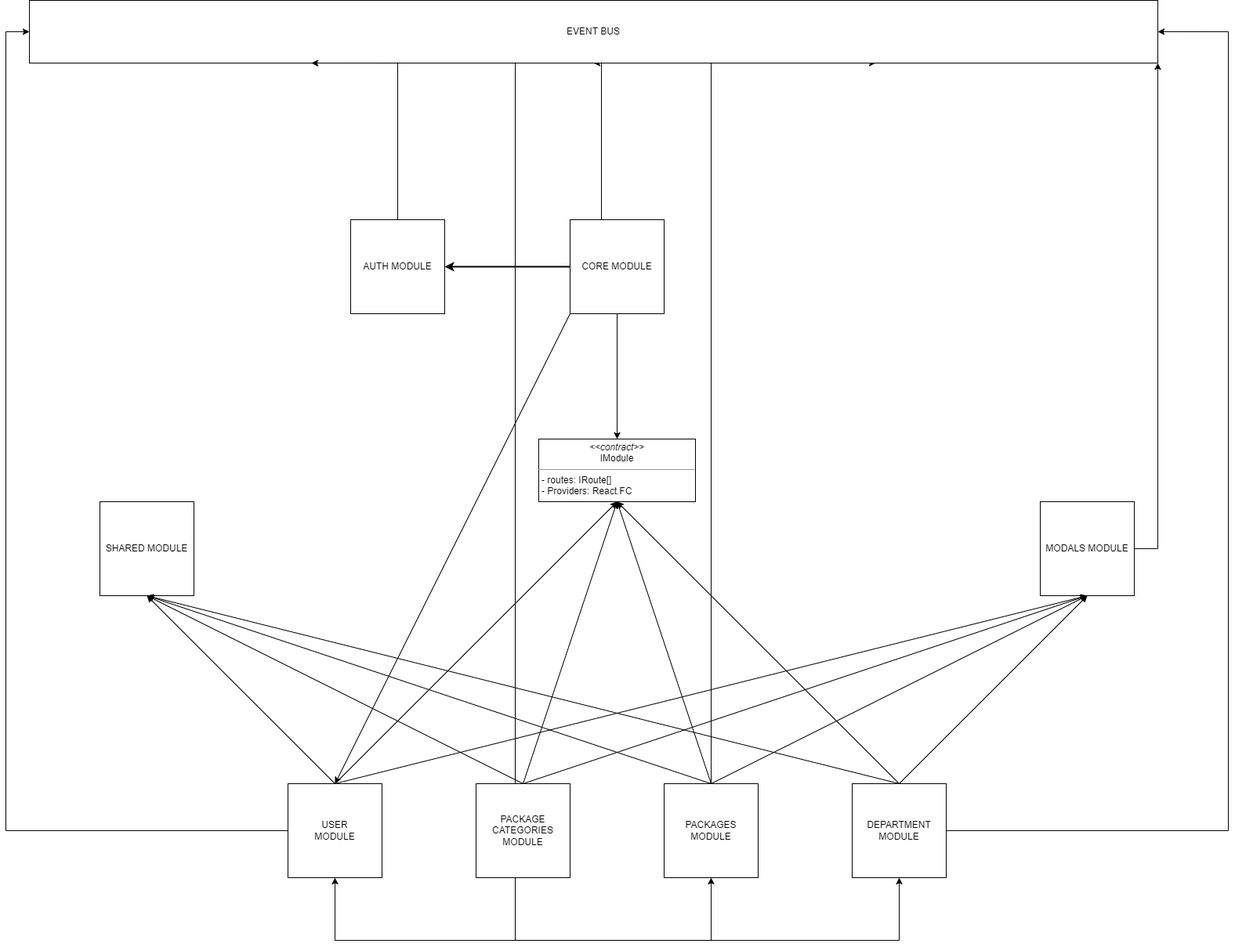
Above: docs/module-dependencies.drawio.png in alexey-andriyanenko/HyperPostClient (draw.io), before the change. Source tidied: cells renumbered, new cells last; positions are measured from the earlier drawing's top-left corner, leaving out a move shared by most shapes. Its diagram source:
```xml
<mxGraphModel>
  <root>
    <mxCell id="0" />
    <mxCell id="1" parent="0" />
    <mxCell id="2" style="edgeStyle=orthogonalEdgeStyle;rounded=0;jettySize=auto;html=1;entryX=0;entryY=0.5;entryDx=0;entryDy=0;" parent="1" edge="1" source="3" target="16">
      <mxGeometry relative="1" as="geometry">
        <Array as="points">
          <mxPoint y="1060" />
          <mxPoint y="40" />
        </Array>
      </mxGeometry>
    </mxCell>
    <mxCell id="3" value="USER&lt;br&gt;MODULE" style="whiteSpace=wrap;html=1;rounded=0;" parent="1" vertex="1">
      <mxGeometry x="360" y="1000" width="120" height="120" as="geometry" />
    </mxCell>
    <mxCell id="4" style="edgeStyle=orthogonalEdgeStyle;rounded=0;jettySize=auto;html=1;entryX=0.5;entryY=1;entryDx=0;entryDy=0;" parent="1" edge="1" source="8" target="3">
      <mxGeometry relative="1" as="geometry">
        <Array as="points">
          <mxPoint x="650" y="1200" />
          <mxPoint x="420" y="1200" />
        </Array>
      </mxGeometry>
    </mxCell>
    <mxCell id="5" style="edgeStyle=orthogonalEdgeStyle;rounded=0;jettySize=auto;html=1;entryX=0.5;entryY=1;entryDx=0;entryDy=0;" parent="1" edge="1" source="8" target="10">
      <mxGeometry relative="1" as="geometry">
        <Array as="points">
          <mxPoint x="650" y="1200" />
          <mxPoint x="900" y="1200" />
        </Array>
      </mxGeometry>
    </mxCell>
    <mxCell id="6" style="edgeStyle=orthogonalEdgeStyle;rounded=0;jettySize=auto;html=1;entryX=0.5;entryY=1;entryDx=0;entryDy=0;" parent="1" edge="1" source="8" target="12">
      <mxGeometry relative="1" as="geometry">
        <Array as="points">
          <mxPoint x="650" y="1200" />
          <mxPoint x="1140" y="1200" />
        </Array>
      </mxGeometry>
    </mxCell>
    <mxCell id="7" style="edgeStyle=orthogonalEdgeStyle;rounded=0;jettySize=auto;html=1;entryX=0.25;entryY=1;entryDx=0;entryDy=0;" parent="1" edge="1" source="8" target="16">
      <mxGeometry relative="1" as="geometry">
        <Array as="points">
          <mxPoint x="650" y="80" />
        </Array>
      </mxGeometry>
    </mxCell>
    <mxCell id="8" value="PACKAGE CATEGORIES MODULE" style="whiteSpace=wrap;html=1;rounded=0;" parent="1" vertex="1">
      <mxGeometry x="600" y="1000" width="120" height="120" as="geometry" />
    </mxCell>
    <mxCell id="9" style="edgeStyle=orthogonalEdgeStyle;rounded=0;jettySize=auto;html=1;entryX=0.75;entryY=1;entryDx=0;entryDy=0;" parent="1" edge="1" source="10" target="16">
      <mxGeometry relative="1" as="geometry">
        <Array as="points">
          <mxPoint x="900" y="80" />
        </Array>
      </mxGeometry>
    </mxCell>
    <mxCell id="10" value="PACKAGES MODULE" style="whiteSpace=wrap;html=1;rounded=0;" parent="1" vertex="1">
      <mxGeometry x="840" y="1000" width="120" height="120" as="geometry" />
    </mxCell>
    <mxCell id="11" style="edgeStyle=orthogonalEdgeStyle;rounded=0;jettySize=auto;html=1;entryX=1;entryY=0.5;entryDx=0;entryDy=0;" parent="1" edge="1" source="12" target="16">
      <mxGeometry relative="1" as="geometry">
        <Array as="points">
          <mxPoint x="1560" y="1060" />
          <mxPoint x="1560" y="40" />
        </Array>
      </mxGeometry>
    </mxCell>
    <mxCell id="12" value="DEPARTMENT MODULE" style="whiteSpace=wrap;html=1;rounded=0;" parent="1" vertex="1">
      <mxGeometry x="1080" y="1000" width="120" height="120" as="geometry" />
    </mxCell>
    <mxCell id="13" value="SHARED MODULE" style="whiteSpace=wrap;html=1;rounded=0;" parent="1" vertex="1">
      <mxGeometry x="120" y="640" width="120" height="120" as="geometry" />
    </mxCell>
    <mxCell id="14" style="edgeStyle=orthogonalEdgeStyle;rounded=0;jettySize=auto;html=1;entryX=0.5;entryY=1;entryDx=0;entryDy=0;" parent="1" edge="1" source="15" target="16">
      <mxGeometry relative="1" as="geometry">
        <Array as="points">
          <mxPoint x="760" y="80" />
        </Array>
      </mxGeometry>
    </mxCell>
    <mxCell id="15" value="CORE MODULE" style="whiteSpace=wrap;html=1;rounded=0;" parent="1" vertex="1">
      <mxGeometry x="720" y="280" width="120" height="120" as="geometry" />
    </mxCell>
    <mxCell id="16" value="EVENT BUS" style="rounded=0;whiteSpace=wrap;html=1;" parent="1" vertex="1">
      <mxGeometry x="30" width="1440" height="80" as="geometry" />
    </mxCell>
    <mxCell id="17" style="edgeStyle=orthogonalEdgeStyle;rounded=0;jettySize=auto;html=1;entryX=1;entryY=1;entryDx=0;entryDy=0;" parent="1" edge="1" source="18" target="16">
      <mxGeometry relative="1" as="geometry">
        <Array as="points">
          <mxPoint x="1470" y="700" />
        </Array>
      </mxGeometry>
    </mxCell>
    <mxCell id="18" value="MODALS MODULE" style="whiteSpace=wrap;html=1;rounded=0;" parent="1" vertex="1">
      <mxGeometry x="1320" y="640" width="120" height="120" as="geometry" />
    </mxCell>
    <mxCell id="19" style="endArrow=classic;html=1;rounded=0;exitX=0.5;exitY=0;exitDx=0;exitDy=0;entryX=0.5;entryY=1;entryDx=0;entryDy=0;" parent="1" edge="1" source="3" target="13">
      <mxGeometry relative="1" as="geometry" />
    </mxCell>
    <mxCell id="20" style="endArrow=classic;html=1;rounded=0;exitX=0.5;exitY=0;exitDx=0;exitDy=0;entryX=0.5;entryY=1;entryDx=0;entryDy=0;" parent="1" edge="1" source="8" target="13">
      <mxGeometry relative="1" as="geometry" />
    </mxCell>
    <mxCell id="21" style="endArrow=classic;html=1;rounded=0;exitX=0.5;exitY=0;exitDx=0;exitDy=0;entryX=0.5;entryY=1;entryDx=0;entryDy=0;" parent="1" edge="1" source="10" target="13">
      <mxGeometry relative="1" as="geometry" />
    </mxCell>
    <mxCell id="22" style="endArrow=classic;html=1;rounded=0;exitX=0.5;exitY=0;exitDx=0;exitDy=0;entryX=0.5;entryY=1;entryDx=0;entryDy=0;" parent="1" edge="1" source="12" target="13">
      <mxGeometry relative="1" as="geometry" />
    </mxCell>
    <mxCell id="23" style="endArrow=classic;html=1;rounded=0;exitX=0.5;exitY=0;exitDx=0;exitDy=0;entryX=0.5;entryY=1;entryDx=0;entryDy=0;" parent="1" edge="1" source="3" target="18">
      <mxGeometry relative="1" as="geometry" />
    </mxCell>
    <mxCell id="24" style="endArrow=classic;html=1;rounded=0;exitX=0.5;exitY=0;exitDx=0;exitDy=0;entryX=0.5;entryY=1;entryDx=0;entryDy=0;" parent="1" edge="1" source="8" target="18">
      <mxGeometry relative="1" as="geometry" />
    </mxCell>
    <mxCell id="25" style="endArrow=classic;html=1;rounded=0;exitX=0.5;exitY=0;exitDx=0;exitDy=0;entryX=0.5;entryY=1;entryDx=0;entryDy=0;" parent="1" edge="1" source="10" target="18">
      <mxGeometry relative="1" as="geometry" />
    </mxCell>
    <mxCell id="26" style="endArrow=classic;html=1;rounded=0;exitX=0.5;exitY=0;exitDx=0;exitDy=0;entryX=0.5;entryY=1;entryDx=0;entryDy=0;" parent="1" edge="1" source="12" target="18">
      <mxGeometry relative="1" as="geometry" />
    </mxCell>
    <mxCell id="27" style="edgeStyle=orthogonalEdgeStyle;rounded=0;jettySize=auto;html=1;entryX=0.25;entryY=1;entryDx=0;entryDy=0;" parent="1" edge="1" source="28" target="16">
      <mxGeometry relative="1" as="geometry">
        <Array as="points">
          <mxPoint x="500" y="80" />
        </Array>
      </mxGeometry>
    </mxCell>
    <mxCell id="28" value="AUTH MODULE" style="whiteSpace=wrap;html=1;" parent="1" vertex="1">
      <mxGeometry x="440" y="280" width="120" height="120" as="geometry" />
    </mxCell>
    <mxCell id="29" style="endArrow=classic;html=1;rounded=0;entryX=0.5;entryY=1;entryDx=0;entryDy=0;exitX=0.5;exitY=0;exitDx=0;exitDy=0;" parent="1" edge="1" source="12" target="36">
      <mxGeometry relative="1" as="geometry" />
    </mxCell>
    <mxCell id="30" style="endArrow=classic;html=1;rounded=0;entryX=0.5;entryY=1;entryDx=0;entryDy=0;exitX=0.5;exitY=0;exitDx=0;exitDy=0;" parent="1" edge="1" source="10" target="36">
      <mxGeometry relative="1" as="geometry" />
    </mxCell>
    <mxCell id="31" style="endArrow=classic;html=1;rounded=0;entryX=0.5;entryY=1;entryDx=0;entryDy=0;exitX=0.5;exitY=0;exitDx=0;exitDy=0;" parent="1" edge="1" source="8" target="36">
      <mxGeometry relative="1" as="geometry" />
    </mxCell>
    <mxCell id="32" style="endArrow=classic;html=1;rounded=0;entryX=0.5;entryY=1;entryDx=0;entryDy=0;exitX=0.5;exitY=0;exitDx=0;exitDy=0;" parent="1" edge="1" source="3" target="36">
      <mxGeometry relative="1" as="geometry" />
    </mxCell>
    <mxCell id="33" style="endArrow=classic;html=1;rounded=0;strokeWidth=2;exitX=0;exitY=0.5;exitDx=0;exitDy=0;entryX=1;entryY=0.5;entryDx=0;entryDy=0;" parent="1" edge="1" source="15" target="28">
      <mxGeometry relative="1" as="geometry" />
    </mxCell>
    <mxCell id="34" style="endArrow=classic;html=1;rounded=0;exitX=0.5;exitY=1;exitDx=0;exitDy=0;entryX=0.5;entryY=0;entryDx=0;entryDy=0;" parent="1" edge="1" source="15" target="36">
      <mxGeometry relative="1" as="geometry" />
    </mxCell>
    <mxCell id="35" style="endArrow=classic;html=1;rounded=0;exitX=0;exitY=1;exitDx=0;exitDy=0;entryX=0.5;entryY=0;entryDx=0;entryDy=0;" parent="1" edge="1" source="15" target="3">
      <mxGeometry relative="1" as="geometry" />
    </mxCell>
    <mxCell id="36" value="&lt;p style=&quot;margin:0px;margin-top:4px;text-align:center;&quot;&gt;&lt;i&gt;&amp;lt;&amp;lt;contract&amp;gt;&amp;gt;&lt;br&gt;&lt;/i&gt;IModule&lt;/p&gt;&lt;hr size=&quot;1&quot;&gt;&lt;p style=&quot;margin:0px;margin-left:4px;&quot;&gt;&lt;/p&gt;&lt;p style=&quot;margin:0px;margin-left:4px;&quot;&gt;- routes: IRoute[]&lt;br&gt;- Providers: React.FC&lt;/p&gt;" style="verticalAlign=top;align=left;overflow=fill;fontSize=12;fontFamily=Helvetica;html=1;" parent="1" vertex="1">
      <mxGeometry x="680" y="560" width="200" height="80" as="geometry" />
    </mxCell>
  </root>
</mxGraphModel>
```
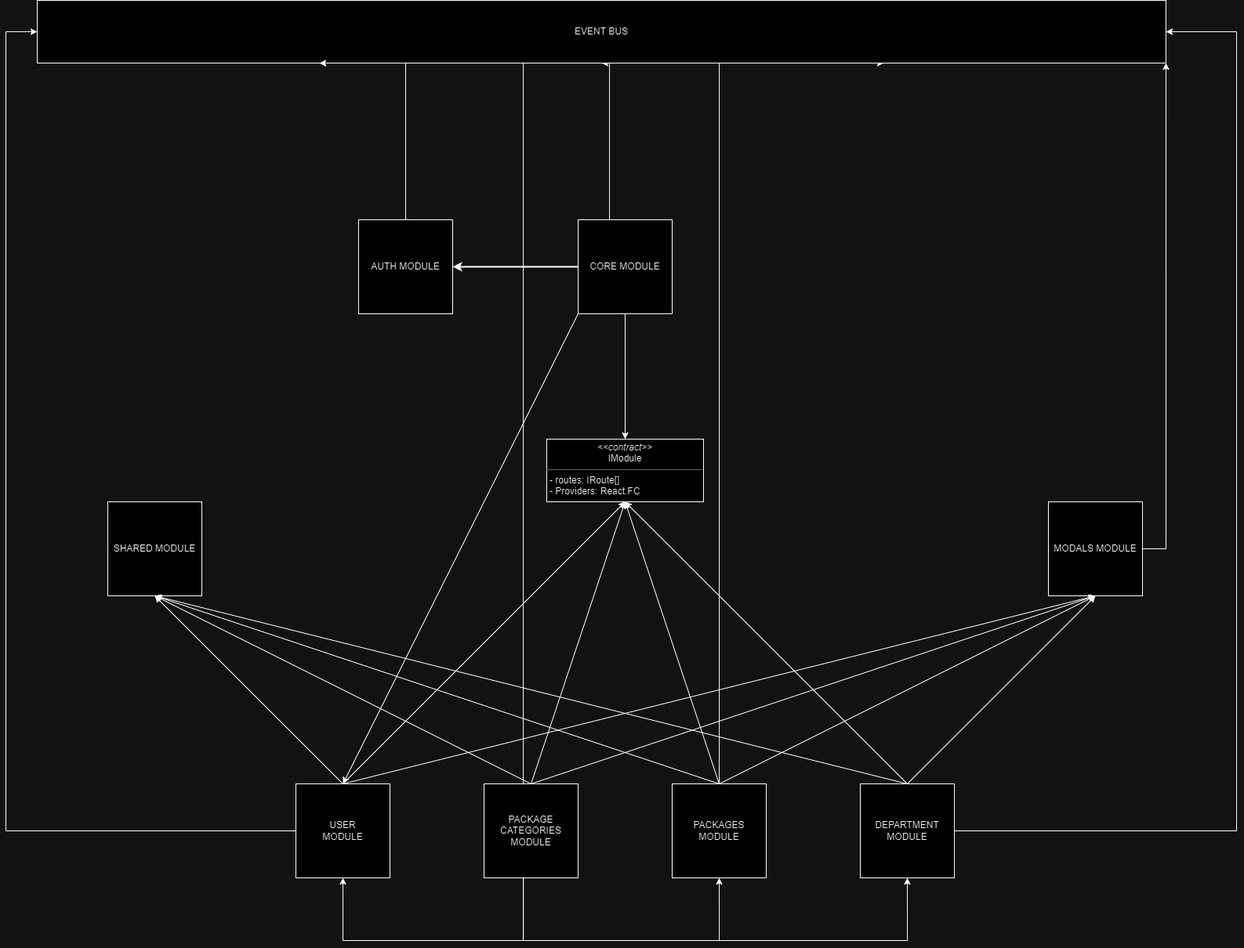
After the commit.

Diff of the diagram source:
```diff
@@ -5,8 +5,8 @@
     <mxCell id="2" style="edgeStyle=orthogonalEdgeStyle;rounded=0;jettySize=auto;html=1;entryX=0;entryY=0.5;entryDx=0;entryDy=0;" parent="1" edge="1" source="3" target="16">
       <mxGeometry relative="1" as="geometry">
         <Array as="points">
-          <mxPoint y="1060" />
-          <mxPoint y="40" />
+          <mxPoint x="-10" y="1060" />
+          <mxPoint x="-10" y="40" />
         </Array>
       </mxGeometry>
     </mxCell>
@@ -125,7 +125,7 @@
         </Array>
       </mxGeometry>
     </mxCell>
-    <mxCell id="28" value="AUTH MODULE" style="whiteSpace=wrap;html=1;" parent="1" vertex="1">
+    <mxCell id="28" value="AUTH MODULE" style="whiteSpace=wrap;html=1;rounded=0;" parent="1" vertex="1">
       <mxGeometry x="440" y="280" width="120" height="120" as="geometry" />
     </mxCell>
     <mxCell id="29" style="endArrow=classic;html=1;rounded=0;entryX=0.5;entryY=1;entryDx=0;entryDy=0;exitX=0.5;exitY=0;exitDx=0;exitDy=0;" parent="1" edge="1" source="12" target="36">
@@ -149,7 +149,7 @@
     <mxCell id="35" style="endArrow=classic;html=1;rounded=0;exitX=0;exitY=1;exitDx=0;exitDy=0;entryX=0.5;entryY=0;entryDx=0;entryDy=0;" parent="1" edge="1" source="15" target="3">
       <mxGeometry relative="1" as="geometry" />
     </mxCell>
-    <mxCell id="36" value="&lt;p style=&quot;margin:0px;margin-top:4px;text-align:center;&quot;&gt;&lt;i&gt;&amp;lt;&amp;lt;contract&amp;gt;&amp;gt;&lt;br&gt;&lt;/i&gt;IModule&lt;/p&gt;&lt;hr size=&quot;1&quot;&gt;&lt;p style=&quot;margin:0px;margin-left:4px;&quot;&gt;&lt;/p&gt;&lt;p style=&quot;margin:0px;margin-left:4px;&quot;&gt;- routes: IRoute[]&lt;br&gt;- Providers: React.FC&lt;/p&gt;" style="verticalAlign=top;align=left;overflow=fill;fontSize=12;fontFamily=Helvetica;html=1;" parent="1" vertex="1">
+    <mxCell id="36" value="&lt;p style=&quot;margin:0px;margin-top:4px;text-align:center;&quot;&gt;&lt;i&gt;&amp;lt;&amp;lt;contract&amp;gt;&amp;gt;&lt;br&gt;&lt;/i&gt;IModule&lt;/p&gt;&lt;hr size=&quot;1&quot;&gt;&lt;p style=&quot;margin:0px;margin-left:4px;&quot;&gt;&lt;/p&gt;&lt;p style=&quot;margin:0px;margin-left:4px;&quot;&gt;- routes: IRoute[]&lt;br&gt;- Providers: React.FC&lt;/p&gt;" style="verticalAlign=top;align=left;overflow=fill;fontSize=12;fontFamily=Helvetica;html=1;rounded=0;" parent="1" vertex="1">
       <mxGeometry x="680" y="560" width="200" height="80" as="geometry" />
     </mxCell>
   </root>
```
